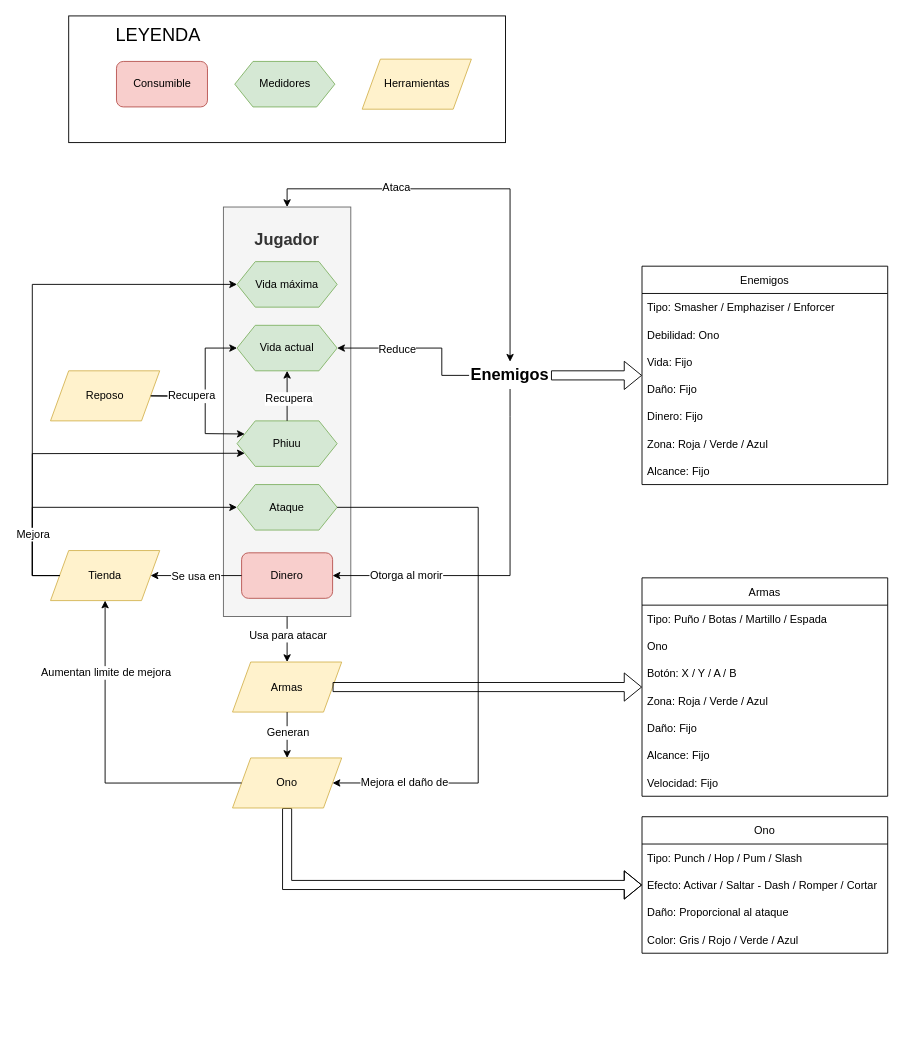
The draw.io diagram Documentación/Diseño/Diagrama_recursos.drawio in Thiloparn/CartoonTrap, before the edit. Source tidied: cells renumbered, new cells numbered last; positions are measured from the earlier drawing's top-left corner, leaving out a move shared by most shapes. Both pictures are drawn from the tidied source at 91%, with x=0, y=0 at pixel (32, 15).
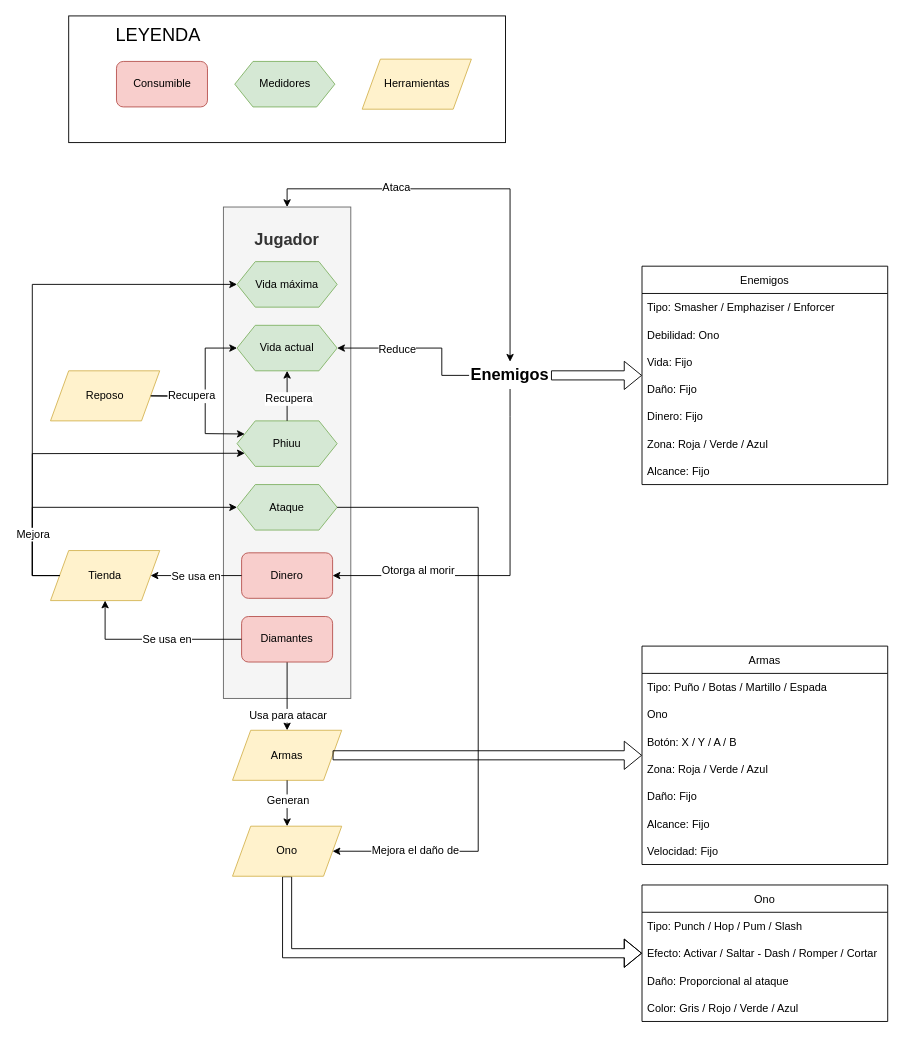
Above is the later version.

Commit message (it also covers changes not shown here):
Modificacion del diagrama de recursos para tomar en cuenta al secondary currency: Diamantes

Unchanged cells that the change refers to:
```xml
<mxCell id="16" style="endArrow=classic;html=1;rounded=0;fontSize=12;exitX=0.5;exitY=1;exitDx=0;exitDy=0;entryX=1;entryY=0.5;entryDx=0;entryDy=0;" parent="1" edge="1" source="11" target="10">
  <mxGeometry relative="1" as="geometry">
    <Array as="points">
      <mxPoint x="525" y="440" />
      <mxPoint x="525" y="615" />
    </Array>
  </mxGeometry>
</mxCell>
<mxCell id="22" value="Tienda" style="shape=parallelogram;perimeter=parallelogramPerimeter;whiteSpace=wrap;html=1;fixedSize=1;fillColor=#fff2cc;strokeColor=#d6b656;" parent="1" vertex="1">
  <mxGeometry x="20" y="587.5" width="120" height="55" as="geometry" />
</mxCell>
<mxCell id="50" value="Ataque" style="shape=hexagon;perimeter=hexagonPerimeter2;whiteSpace=wrap;html=1;fixedSize=1;fillColor=#d5e8d4;strokeColor=#82b366;" parent="1" vertex="1">
  <mxGeometry x="225" y="515" width="110" height="50" as="geometry" />
</mxCell>
```

Diff of the diagram source:
```diff
@@
     <mxCell id="2" value="&lt;p style=&quot;margin: 4px 0px 0px ; text-align: center ; font-size: 18px&quot;&gt;&lt;br&gt;&lt;b&gt;Jugador&lt;/b&gt;&lt;/p&gt;" style="verticalAlign=top;align=left;overflow=fill;fontSize=12;fontFamily=Helvetica;html=1;fillColor=#f5f5f5;fontColor=#333333;strokeColor=#666666;" parent="1" vertex="1">
-      <mxGeometry x="210" y="210" width="140" height="450" as="geometry" />
+      <mxGeometry x="210" y="210" width="140" height="540" as="geometry" />
     </mxCell>
@@
     <mxCell id="17" value="Otorga al morir" style="edgeLabel;html=1;align=center;verticalAlign=middle;fontSize=12;" parent="16" vertex="1">
       <mxGeometry x="0.02" relative="1" as="geometry">
-        <mxPoint x="-115" as="offset" />
+        <mxPoint x="-102" y="-5" as="offset" />
       </mxGeometry>
     </mxCell>
@@
     <mxCell id="26" value="Armas" style="shape=parallelogram;perimeter=parallelogramPerimeter;whiteSpace=wrap;html=1;fixedSize=1;fillColor=#fff2cc;strokeColor=#d6b656;" parent="1" vertex="1">
-      <mxGeometry x="220" y="710" width="120" height="55" as="geometry" />
+      <mxGeometry x="220" y="785" width="120" height="55" as="geometry" />
     </mxCell>
-    <mxCell id="27" style="endArrow=classic;html=1;rounded=0;fontSize=12;exitX=0.5;exitY=1;exitDx=0;exitDy=0;entryX=0.5;entryY=0;entryDx=0;entryDy=0;" parent="1" edge="1" source="2" target="26">
+    <mxCell id="27" style="endArrow=classic;html=1;rounded=0;fontSize=12;exitX=0.5;exitY=1;exitDx=0;exitDy=0;entryX=0.5;entryY=0;entryDx=0;entryDy=0;" parent="1" edge="1" source="67" target="26">
       <mxGeometry relative="1" as="geometry" />
     </mxCell>
     <mxCell id="28" value="Usa para atacar" style="edgeLabel;html=1;align=center;verticalAlign=middle;fontSize=12;" parent="27" vertex="1">
       <mxGeometry x="-0.21" y="2" relative="1" as="geometry">
-        <mxPoint x="-2" as="offset" />
+        <mxPoint x="-2" y="28" as="offset" />
       </mxGeometry>
     </mxCell>
@@
     <mxCell id="38" value="Ono" style="swimlane;fontStyle=0;horizontal=1;startSize=30;fontSize=12;" parent="1" vertex="1">
-      <mxGeometry x="670" y="880" width="270" height="150" as="geometry" />
+      <mxGeometry x="670" y="955" width="270" height="150" as="geometry" />
     </mxCell>
@@
     <mxCell id="43" style="shape=flexArrow;endArrow=classic;html=1;rounded=0;fontSize=12;exitX=0.5;exitY=1;exitDx=0;exitDy=0;" parent="1" edge="1" source="45" target="38">
       <mxGeometry relative="1" as="geometry">
         <Array as="points">
-          <mxPoint x="280" y="955" />
+          <mxPoint x="280" y="1030" />
         </Array>
       </mxGeometry>
     </mxCell>
@@
     <mxCell id="45" value="Ono" style="shape=parallelogram;perimeter=parallelogramPerimeter;whiteSpace=wrap;html=1;fixedSize=1;fillColor=#fff2cc;strokeColor=#d6b656;" parent="1" vertex="1">
-      <mxGeometry x="220" y="815.4" width="120" height="55" as="geometry" />
+      <mxGeometry x="220" y="890.4" width="120" height="55" as="geometry" />
     </mxCell>
@@
-    <mxCell id="54" style="endArrow=classic;html=1;rounded=0;fontSize=12;exitX=0;exitY=0.5;exitDx=0;exitDy=0;entryX=0.5;entryY=1;entryDx=0;entryDy=0;" parent="1" edge="1" source="45" target="22">
-      <mxGeometry relative="1" as="geometry">
-        <Array as="points">
-          <mxPoint x="80" y="843" />
-        </Array>
-      </mxGeometry>
-    </mxCell>
-    <mxCell id="55" value="Aumentan limite de mejora" style="edgeLabel;html=1;align=center;verticalAlign=middle;fontSize=12;" parent="54" vertex="1">
-      <mxGeometry x="0.56" y="-1" relative="1" as="geometry">
-        <mxPoint x="-1" y="1" as="offset" />
-      </mxGeometry>
-    </mxCell>
     <mxCell id="56" style="endArrow=classic;html=1;rounded=0;fontSize=12;exitX=1;exitY=0.5;exitDx=0;exitDy=0;entryX=1;entryY=0.5;entryDx=0;entryDy=0;" parent="1" edge="1" source="50" target="45">
       <mxGeometry relative="1" as="geometry">
         <Array as="points">
           <mxPoint x="490" y="540" />
-          <mxPoint x="490" y="843" />
+          <mxPoint x="490" y="918" />
         </Array>
       </mxGeometry>
     </mxCell>
@@
     <mxCell id="58" value="Armas" style="swimlane;fontStyle=0;horizontal=1;startSize=30;fontSize=12;" parent="1" vertex="1">
-      <mxGeometry x="670" y="617.5" width="270" height="240" as="geometry" />
+      <mxGeometry x="670" y="692.5" width="270" height="240" as="geometry" />
     </mxCell>
@@
+    <mxCell id="67" value="Diamantes" style="rounded=1;whiteSpace=wrap;html=1;fillColor=#f8cecc;strokeColor=#b85450;" parent="1" vertex="1">
+      <mxGeometry x="230" y="660" width="100" height="50" as="geometry" />
+    </mxCell>
+    <mxCell id="68" style="endArrow=classic;html=1;rounded=0;fontSize=12;exitX=0;exitY=0.5;exitDx=0;exitDy=0;entryX=0.5;entryY=1;entryDx=0;entryDy=0;" parent="1" edge="1" source="67" target="22">
+      <mxGeometry relative="1" as="geometry">
+        <Array as="points">
+          <mxPoint x="80" y="685" />
+        </Array>
+      </mxGeometry>
+    </mxCell>
+    <mxCell id="69" value="Se usa en" style="edgeLabel;html=1;align=center;verticalAlign=middle;fontSize=12;" parent="68" vertex="1">
+      <mxGeometry x="-0.29" relative="1" as="geometry">
+        <mxPoint x="-15" as="offset" />
+      </mxGeometry>
+    </mxCell>
```
